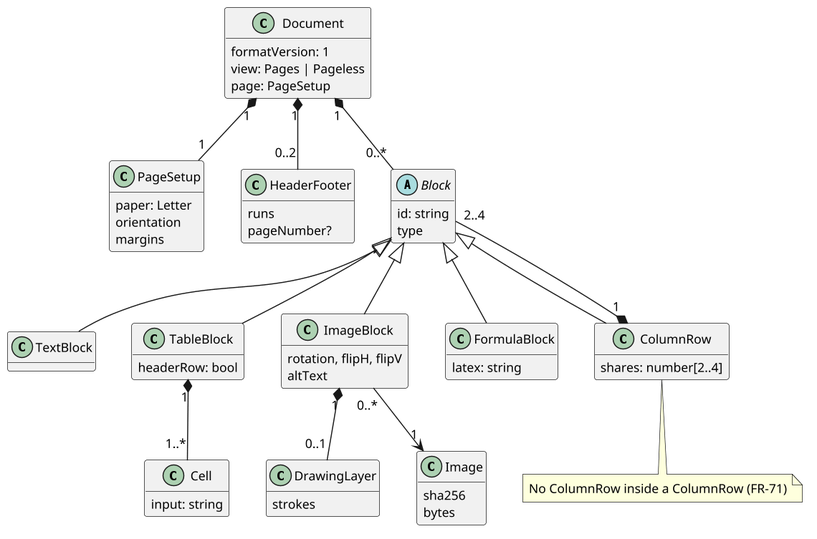
fillicianoplong/obelisk keeps this PlantUML diagram as docs/images/04-class.png. Above is the earlier version.
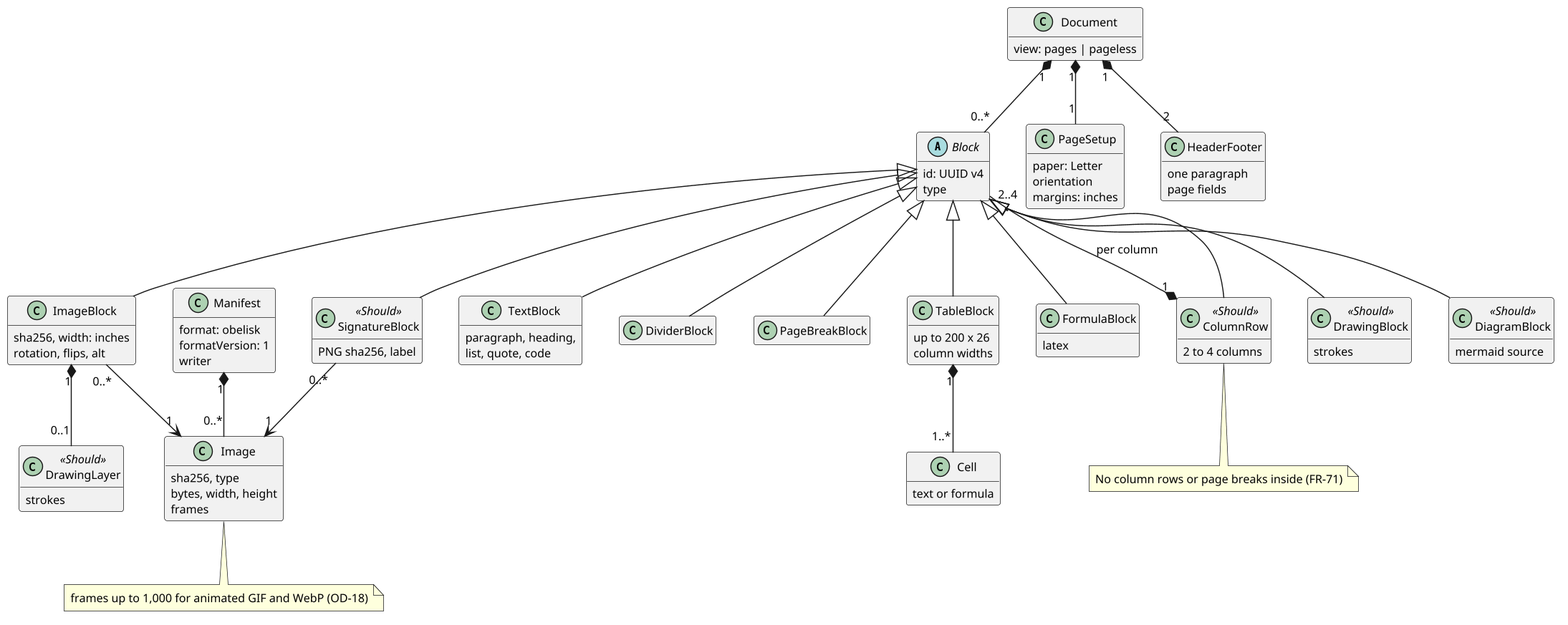
The same file after the commit.

Change to the diagram source:
```diff
@@ -1,62 +1,90 @@
 @startuml obelisk_class
 skinparam shadowing false
 skinparam defaultFontName Arial
-skinparam defaultFontSize 12
+skinparam defaultFontSize 11
 skinparam dpi 140
 hide methods
+hide empty members
+class Manifest {
+  format: obelisk
+  formatVersion: 1
+  writer
+}
 class Document {
-  formatVersion: 1
-  view: Pages | Pageless
-  page: PageSetup
+  view: pages | pageless
 }
 class PageSetup {
   paper: Letter
   orientation
-  margins
+  margins: inches
 }
 class HeaderFooter {
-  runs
-  pageNumber?
+  one paragraph
+  page fields
 }
 abstract class Block {
-  id: string
+  id: UUID v4
   type
 }
-class TextBlock
+class TextBlock {
+  paragraph, heading,
+  list, quote, code
+}
+class DividerBlock
+class PageBreakBlock
 class TableBlock {
-  headerRow: bool
+  up to 200 x 26
+  column widths
 }
 class Cell {
-  input: string
+  text or formula
 }
 class ImageBlock {
-  rotation, flipH, flipV
-  altText
+  sha256, width: inches
+  rotation, flips, alt
 }
 class FormulaBlock {
-  latex: string
+  latex
 }
-class ColumnRow {
-  shares: number[2..4]
+class ColumnRow <<Should>> {
+  2 to 4 columns
 }
-class DrawingLayer {
+class DrawingBlock <<Should>> {
+  strokes
+}
+class SignatureBlock <<Should>> {
+  PNG sha256, label
+}
+class DiagramBlock <<Should>> {
+  mermaid source
+}
+class DrawingLayer <<Should>> {
   strokes
 }
 class Image {
-  sha256
-  bytes
+  sha256, type
+  bytes, width, height
+  frames
 }
+Manifest "1" *-- "0..*" Image
 Document "1" *-- "1" PageSetup
-Document "1" *-- "0..2" HeaderFooter
+Document "1" *-- "2" HeaderFooter
 Document "1" *-- "0..*" Block
 Block <|-- TextBlock
+Block <|-- DividerBlock
+Block <|-- PageBreakBlock
 Block <|-- TableBlock
 Block <|-- ImageBlock
 Block <|-- FormulaBlock
 Block <|-- ColumnRow
+Block <|-- DrawingBlock
+Block <|-- SignatureBlock
+Block <|-- DiagramBlock
 TableBlock "1" *-- "1..*" Cell
-ColumnRow "1" *-- "2..4" Block
+ColumnRow "1" *-- "2..4" Block : per column
 ImageBlock "0..*" --> "1" Image
+SignatureBlock "0..*" --> "1" Image
 ImageBlock "1" *-- "0..1" DrawingLayer
-note bottom of ColumnRow : No ColumnRow inside a ColumnRow (FR-71)
+note bottom of ColumnRow : No column rows or page breaks inside (FR-71)
+note bottom of Image : frames up to 1,000 for animated GIF and WebP (OD-18)
 @enduml
```
